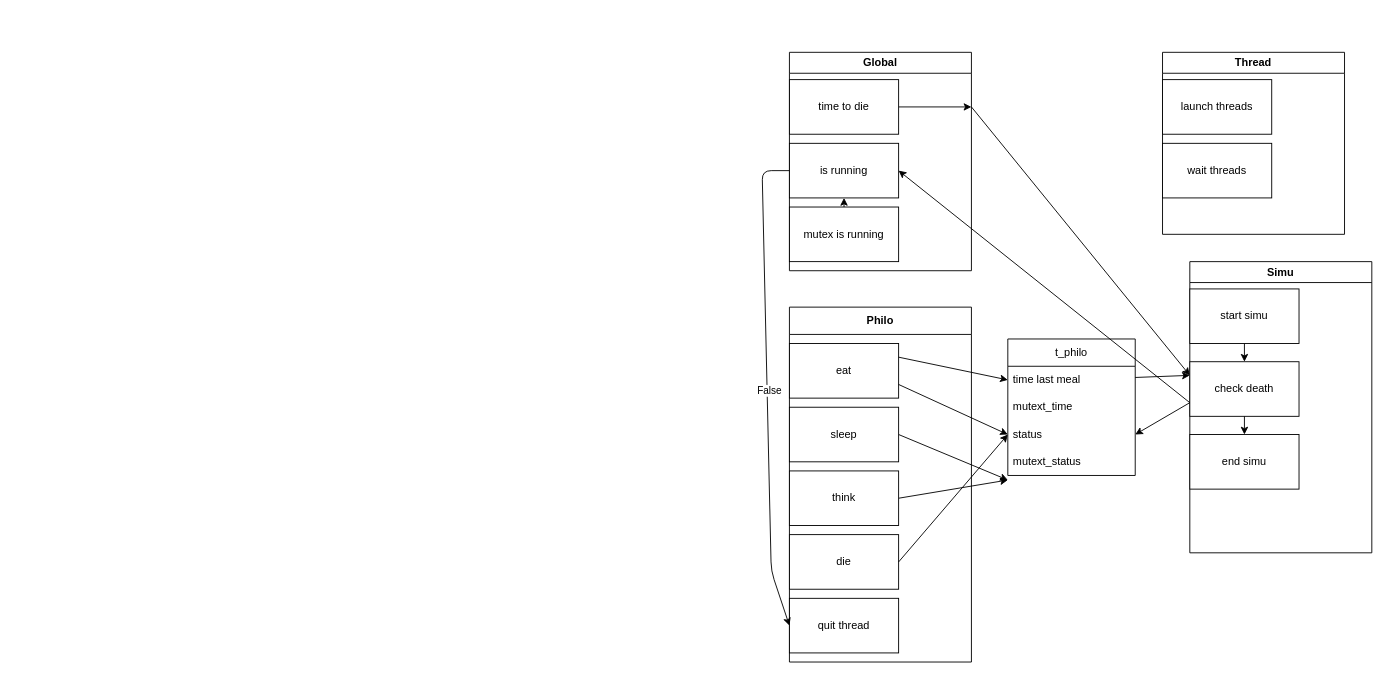
Chahalor/40-to-home keeps this draw.io diagram as rank-3/Philosophers/V2/.dev/philo.drawio. Above is the earlier version. Source tidied: cells renumbered, new cells numbered last; positions are measured from the earlier drawing's top-left corner, leaving out a move shared by most shapes. Both pictures are drawn from the tidied source at 91%, with x=0, y=0 at pixel (762, 52).
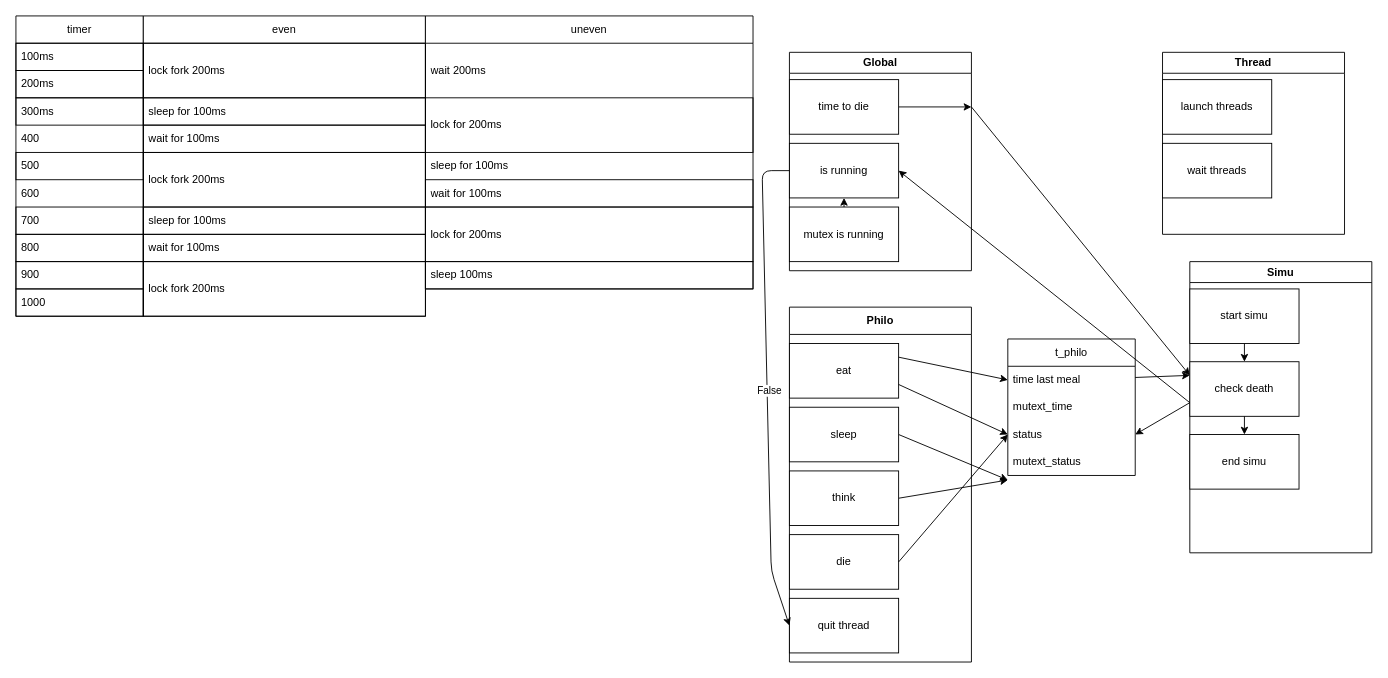
The same page after the edit.

Diff of the diagram source:
```diff
@@
+    <mxCell id="39" value="timer" style="swimlane;fontStyle=0;horizontal=1;startSize=30;whiteSpace=wrap;html=1;" parent="1" vertex="1">
+      <mxGeometry x="-820" y="-40" width="140" height="330" as="geometry" />
+    </mxCell>
+    <mxCell id="40" value="100ms" style="text;strokeColor=default;fillColor=none;align=left;verticalAlign=middle;spacingLeft=4;spacingRight=4;overflow=hidden;whiteSpace=wrap;html=1;" parent="39" vertex="1">
+      <mxGeometry y="30" width="140" height="30" as="geometry" />
+    </mxCell>
+    <mxCell id="41" value="200ms" style="text;strokeColor=default;fillColor=none;align=left;verticalAlign=middle;spacingLeft=4;spacingRight=4;overflow=hidden;whiteSpace=wrap;html=1;" parent="39" vertex="1">
+      <mxGeometry y="60" width="140" height="30" as="geometry" />
+    </mxCell>
+    <mxCell id="42" value="300ms" style="text;strokeColor=default;fillColor=none;align=left;verticalAlign=middle;spacingLeft=4;spacingRight=4;overflow=hidden;whiteSpace=wrap;html=1;" parent="39" vertex="1">
+      <mxGeometry y="90" width="140" height="30" as="geometry" />
+    </mxCell>
+    <mxCell id="43" value="400" style="text;strokeColor=none;fillColor=none;align=left;verticalAlign=middle;spacingLeft=4;spacingRight=4;overflow=hidden;whiteSpace=wrap;html=1;" parent="39" vertex="1">
+      <mxGeometry y="120" width="140" height="30" as="geometry" />
+    </mxCell>
+    <mxCell id="44" value="500" style="text;strokeColor=default;fillColor=none;align=left;verticalAlign=middle;spacingLeft=4;spacingRight=4;overflow=hidden;whiteSpace=wrap;html=1;" parent="39" vertex="1">
+      <mxGeometry y="150" width="140" height="30" as="geometry" />
+    </mxCell>
+    <mxCell id="45" value="600" style="text;strokeColor=none;fillColor=none;align=left;verticalAlign=middle;spacingLeft=4;spacingRight=4;overflow=hidden;whiteSpace=wrap;html=1;" parent="39" vertex="1">
+      <mxGeometry y="180" width="140" height="30" as="geometry" />
+    </mxCell>
+    <mxCell id="46" value="700" style="text;strokeColor=default;fillColor=none;align=left;verticalAlign=middle;spacingLeft=4;spacingRight=4;overflow=hidden;whiteSpace=wrap;html=1;" parent="39" vertex="1">
+      <mxGeometry y="210" width="140" height="30" as="geometry" />
+    </mxCell>
+    <mxCell id="47" value="800" style="text;strokeColor=default;fillColor=none;align=left;verticalAlign=middle;spacingLeft=4;spacingRight=4;overflow=hidden;whiteSpace=wrap;html=1;" parent="39" vertex="1">
+      <mxGeometry y="240" width="140" height="30" as="geometry" />
+    </mxCell>
+    <mxCell id="48" value="900" style="text;strokeColor=default;fillColor=none;align=left;verticalAlign=middle;spacingLeft=4;spacingRight=4;overflow=hidden;whiteSpace=wrap;html=1;" parent="39" vertex="1">
+      <mxGeometry y="270" width="140" height="30" as="geometry" />
+    </mxCell>
+    <mxCell id="49" value="1000" style="text;strokeColor=default;fillColor=none;align=left;verticalAlign=middle;spacingLeft=4;spacingRight=4;overflow=hidden;whiteSpace=wrap;html=1;" parent="39" vertex="1">
+      <mxGeometry y="300" width="140" height="30" as="geometry" />
+    </mxCell>
+    <mxCell id="50" value="even" style="swimlane;fontStyle=0;horizontal=1;startSize=30;whiteSpace=wrap;html=1;" parent="1" vertex="1">
+      <mxGeometry x="-680" y="-40" width="310" height="330" as="geometry" />
+    </mxCell>
+    <mxCell id="51" value="lock fork 200ms" style="text;strokeColor=default;fillColor=none;align=left;verticalAlign=middle;spacingLeft=4;spacingRight=4;overflow=hidden;whiteSpace=wrap;html=1;shadow=0;rounded=0;glass=0;" parent="50" vertex="1">
+      <mxGeometry y="30" width="310" height="60" as="geometry" />
+    </mxCell>
+    <mxCell id="52" value="sleep for 100ms" style="text;strokeColor=default;fillColor=none;align=left;verticalAlign=middle;spacingLeft=4;spacingRight=4;overflow=hidden;whiteSpace=wrap;html=1;shadow=0;rounded=0;glass=0;" parent="50" vertex="1">
+      <mxGeometry y="90" width="310" height="30" as="geometry" />
+    </mxCell>
+    <mxCell id="53" value="wait for 100ms" style="text;strokeColor=default;fillColor=none;align=left;verticalAlign=middle;spacingLeft=4;spacingRight=4;overflow=hidden;whiteSpace=wrap;html=1;shadow=0;rounded=0;glass=0;" parent="50" vertex="1">
+      <mxGeometry y="120" width="310" height="30" as="geometry" />
+    </mxCell>
+    <mxCell id="54" value="lock fork 200ms" style="text;strokeColor=default;fillColor=none;align=left;verticalAlign=middle;spacingLeft=4;spacingRight=4;overflow=hidden;whiteSpace=wrap;html=1;shadow=0;rounded=0;glass=0;" parent="50" vertex="1">
+      <mxGeometry y="150" width="310" height="60" as="geometry" />
+    </mxCell>
+    <mxCell id="55" value="sleep for 100ms" style="text;strokeColor=default;fillColor=none;align=left;verticalAlign=middle;spacingLeft=4;spacingRight=4;overflow=hidden;whiteSpace=wrap;html=1;shadow=0;rounded=0;glass=0;" parent="50" vertex="1">
+      <mxGeometry y="210" width="310" height="30" as="geometry" />
+    </mxCell>
+    <mxCell id="56" value="wait for 100ms" style="text;strokeColor=default;fillColor=none;align=left;verticalAlign=middle;spacingLeft=4;spacingRight=4;overflow=hidden;whiteSpace=wrap;html=1;shadow=0;rounded=0;glass=0;" parent="50" vertex="1">
+      <mxGeometry y="240" width="310" height="30" as="geometry" />
+    </mxCell>
+    <mxCell id="57" value="lock fork 200ms" style="text;strokeColor=default;fillColor=none;align=left;verticalAlign=middle;spacingLeft=4;spacingRight=4;overflow=hidden;whiteSpace=wrap;html=1;shadow=0;rounded=0;glass=0;" parent="50" vertex="1">
+      <mxGeometry y="270" width="310" height="60" as="geometry" />
+    </mxCell>
+    <mxCell id="58" value="uneven" style="swimlane;fontStyle=0;horizontal=1;startSize=30;whiteSpace=wrap;html=1;" parent="1" vertex="1">
+      <mxGeometry x="-370" y="-40" width="360" height="300" as="geometry" />
+    </mxCell>
+    <mxCell id="59" value="wait 200ms" style="text;strokeColor=none;fillColor=none;align=left;verticalAlign=middle;spacingLeft=4;spacingRight=4;overflow=hidden;whiteSpace=wrap;html=1;" parent="58" vertex="1">
+      <mxGeometry y="30" width="360" height="60" as="geometry" />
+    </mxCell>
+    <mxCell id="60" value="lock for 200ms" style="text;strokeColor=default;fillColor=none;align=left;verticalAlign=middle;spacingLeft=4;spacingRight=4;overflow=hidden;whiteSpace=wrap;html=1;" parent="58" vertex="1">
+      <mxGeometry y="90" width="360" height="60" as="geometry" />
+    </mxCell>
+    <mxCell id="61" value="sleep for 100ms" style="text;strokeColor=none;fillColor=none;align=left;verticalAlign=middle;spacingLeft=4;spacingRight=4;overflow=hidden;whiteSpace=wrap;html=1;" parent="58" vertex="1">
+      <mxGeometry y="150" width="360" height="30" as="geometry" />
+    </mxCell>
+    <mxCell id="62" value="wait for 100ms" style="text;strokeColor=default;fillColor=none;align=left;verticalAlign=middle;spacingLeft=4;spacingRight=4;overflow=hidden;whiteSpace=wrap;html=1;" parent="58" vertex="1">
+      <mxGeometry y="180" width="360" height="30" as="geometry" />
+    </mxCell>
+    <mxCell id="63" value="lock for 200ms" style="text;strokeColor=default;fillColor=none;align=left;verticalAlign=middle;spacingLeft=4;spacingRight=4;overflow=hidden;whiteSpace=wrap;html=1;" parent="58" vertex="1">
+      <mxGeometry y="210" width="360" height="60" as="geometry" />
+    </mxCell>
+    <mxCell id="64" value="sleep 100ms" style="text;strokeColor=default;fillColor=none;align=left;verticalAlign=middle;spacingLeft=4;spacingRight=4;overflow=hidden;whiteSpace=wrap;html=1;" parent="58" vertex="1">
+      <mxGeometry y="270" width="360" height="30" as="geometry" />
+    </mxCell>
```
